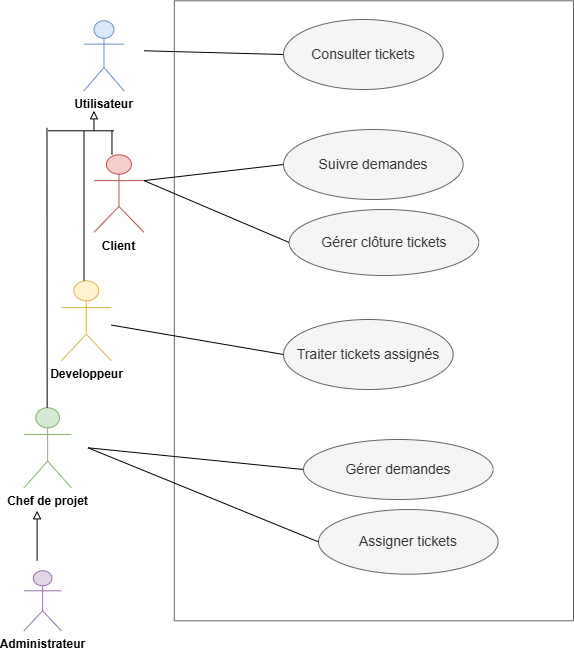
The draw.io diagram Images/diagramme cas utilisation sprint3.png in rihab-dev/Rapport-PFE, before a commit. Source tidied: cells renumbered, new cells last; positions are measured from the earlier drawing's top-left corner, leaving out a move shared by most shapes. Source of this version:
```xml
<mxGraphModel>
  <root>
    <mxCell id="0" />
    <mxCell id="1" parent="0" />
    <mxCell id="2" style="swimlane;startSize=0;fillColor=#f5f5f5;strokeColor=#666666;fontColor=#333333;swimlaneFillColor=none;swimlaneLine=1;" parent="1" vertex="1">
      <mxGeometry x="150.8" y="0.3" width="399.2" height="620" as="geometry" />
    </mxCell>
    <mxCell id="3" value="&lt;font style=&quot;font-size: 14px;&quot;&gt;Traiter tickets assignés&lt;/font&gt;" style="ellipse;whiteSpace=wrap;html=1;fillColor=#f5f5f5;fontColor=#333333;strokeColor=#666666;" parent="2" vertex="1">
      <mxGeometry x="109.2" y="318.7" width="169.7" height="70" as="geometry" />
    </mxCell>
    <mxCell id="4" value="&lt;font style=&quot;font-size: 14px;&quot;&gt;Suivre demandes&lt;/font&gt;" style="ellipse;whiteSpace=wrap;html=1;fillColor=#f5f5f5;fontColor=#333333;strokeColor=#666666;" parent="2" vertex="1">
      <mxGeometry x="109.2" y="128.7" width="179.7" height="70" as="geometry" />
    </mxCell>
    <mxCell id="5" value="&lt;font style=&quot;font-size: 14px;&quot;&gt;Consulter tickets&lt;/font&gt;" style="ellipse;whiteSpace=wrap;html=1;fillColor=#f5f5f5;fontColor=#333333;strokeColor=#666666;" parent="2" vertex="1">
      <mxGeometry x="109.2" y="18.7" width="159.7" height="70" as="geometry" />
    </mxCell>
    <mxCell id="6" value="&lt;font style=&quot;font-size: 14px;&quot;&gt;Gérer clôture tickets&lt;/font&gt;" style="ellipse;whiteSpace=wrap;html=1;fillColor=#f5f5f5;fontColor=#333333;strokeColor=#666666;" parent="2" vertex="1">
      <mxGeometry x="114.8" y="208.7" width="189.7" height="66" as="geometry" />
    </mxCell>
    <mxCell id="7" value="&lt;font style=&quot;font-size: 14px;&quot;&gt;Gérer demandes&lt;/font&gt;" style="ellipse;whiteSpace=wrap;html=1;fillColor=#f5f5f5;fontColor=#333333;strokeColor=#666666;" parent="2" vertex="1">
      <mxGeometry x="129.2" y="438.7" width="189.7" height="60" as="geometry" />
    </mxCell>
    <mxCell id="8" style="endArrow=none;html=1;rounded=0;entryX=0;entryY=0.5;entryDx=0;entryDy=0;endFill=0;" parent="2" edge="1" target="7">
      <mxGeometry relative="1" as="geometry">
        <mxPoint x="-86.3" y="447" as="sourcePoint" />
      </mxGeometry>
    </mxCell>
    <mxCell id="9" value="&lt;font style=&quot;font-size: 14px;&quot;&gt;Assigner tickets&lt;/font&gt;" style="ellipse;whiteSpace=wrap;html=1;fillColor=#f5f5f5;fontColor=#333333;strokeColor=#666666;" parent="2" vertex="1">
      <mxGeometry x="144.2" y="508.7" width="179.7" height="64.7" as="geometry" />
    </mxCell>
    <mxCell id="10" style="endArrow=none;html=1;rounded=0;entryX=0;entryY=0.5;entryDx=0;entryDy=0;endFill=0;" parent="2" edge="1" target="9">
      <mxGeometry relative="1" as="geometry">
        <mxPoint x="-86.3" y="447" as="sourcePoint" />
      </mxGeometry>
    </mxCell>
    <mxCell id="11" value="&lt;font style=&quot;font-size: 12px;&quot;&gt;&lt;b style=&quot;&quot;&gt;Developpeur&lt;/b&gt;&lt;/font&gt;" style="shape=umlActor;verticalLabelPosition=bottom;verticalAlign=top;html=1;outlineConnect=0;fillColor=#fff2cc;strokeColor=#d6b656;" parent="1" vertex="1">
      <mxGeometry x="37.8" y="280.3" width="50" height="80" as="geometry" />
    </mxCell>
    <mxCell id="12" value="&lt;font style=&quot;font-size: 12px;&quot;&gt;&lt;b style=&quot;&quot;&gt;Client&lt;/b&gt;&lt;/font&gt;" style="shape=umlActor;verticalLabelPosition=bottom;verticalAlign=top;html=1;outlineConnect=0;fillColor=#f8cecc;strokeColor=#b85450;" parent="1" vertex="1">
      <mxGeometry x="70.5" y="154.3" width="50" height="77.5" as="geometry" />
    </mxCell>
    <mxCell id="13" style="endArrow=none;html=1;rounded=0;entryX=0;entryY=0.5;entryDx=0;entryDy=0;endFill=0;" parent="1" edge="1" target="5">
      <mxGeometry relative="1" as="geometry">
        <mxPoint x="120.5" y="50.3" as="sourcePoint" />
      </mxGeometry>
    </mxCell>
    <mxCell id="14" style="endArrow=none;html=1;rounded=0;endFill=0;exitX=1;exitY=0.3333333333333333;exitDx=0;exitDy=0;exitPerimeter=0;entryX=0;entryY=0.5;entryDx=0;entryDy=0;" parent="1" edge="1" source="12" target="4">
      <mxGeometry relative="1" as="geometry" />
    </mxCell>
    <mxCell id="15" value="&lt;font style=&quot;font-size: 12px;&quot;&gt;&lt;b style=&quot;&quot;&gt;Utilisateur&lt;/b&gt;&lt;/font&gt;" style="shape=umlActor;verticalLabelPosition=bottom;verticalAlign=top;html=1;fillColor=#dae8fc;strokeColor=#6c8ebf;" parent="1" vertex="1">
      <mxGeometry x="60.5" y="20.3" width="40" height="70" as="geometry" />
    </mxCell>
    <mxCell id="16" style="endArrow=none;html=1;rounded=0;endFill=0;entryX=0;entryY=0.5;entryDx=0;entryDy=0;exitX=1;exitY=0.3333333333333333;exitDx=0;exitDy=0;exitPerimeter=0;" parent="1" edge="1" source="12" target="6">
      <mxGeometry relative="1" as="geometry" />
    </mxCell>
    <mxCell id="17" value="&lt;font style=&quot;font-size: 12px;&quot;&gt;&lt;b style=&quot;&quot;&gt;Chef de projet&lt;/b&gt;&lt;/font&gt;" style="shape=umlActor;verticalLabelPosition=bottom;verticalAlign=top;html=1;fillColor=#d5e8d4;strokeColor=#82b366;" parent="1" vertex="1">
      <mxGeometry x="0.5" y="407.3" width="47.3" height="80" as="geometry" />
    </mxCell>
    <mxCell id="18" style="endArrow=none;html=1;rounded=0;entryX=0;entryY=0.5;entryDx=0;entryDy=0;endFill=0;" parent="1" edge="1" source="11" target="3">
      <mxGeometry relative="1" as="geometry" />
    </mxCell>
    <mxCell id="19" value="&lt;font style=&quot;font-size: 12px;&quot;&gt;&lt;b style=&quot;&quot;&gt;Administrateur&lt;/b&gt;&lt;/font&gt;" style="shape=umlActor;verticalLabelPosition=bottom;verticalAlign=top;html=1;fillColor=#e1d5e7;strokeColor=#9673a6;" parent="1" vertex="1">
      <mxGeometry x="0.5" y="570.3" width="37.3" height="60" as="geometry" />
    </mxCell>
    <mxCell id="20" style="endArrow=block;html=1;rounded=0;endFill=0;" parent="1" edge="1">
      <mxGeometry relative="1" as="geometry">
        <mxPoint x="13.6" y="560.3" as="sourcePoint" />
        <mxPoint x="13.6" y="510.3" as="targetPoint" />
      </mxGeometry>
    </mxCell>
    <mxCell id="21" style="endArrow=block;html=1;rounded=0;endFill=0;" parent="1" edge="1">
      <mxGeometry relative="1" as="geometry">
        <mxPoint x="70.5" y="130.3" as="sourcePoint" />
        <mxPoint x="70.5" y="110.3" as="targetPoint" />
      </mxGeometry>
    </mxCell>
    <mxCell id="22" style="endArrow=none;html=1;rounded=0;" parent="1" edge="1">
      <mxGeometry relative="1" as="geometry">
        <mxPoint x="24.5" y="130.3" as="sourcePoint" />
        <mxPoint x="90.5" y="130.3" as="targetPoint" />
      </mxGeometry>
    </mxCell>
    <mxCell id="23" style="endArrow=none;html=1;rounded=0;" parent="1" edge="1">
      <mxGeometry relative="1" as="geometry">
        <mxPoint x="88.5" y="130.3" as="sourcePoint" />
        <mxPoint x="88.5" y="154.3" as="targetPoint" />
      </mxGeometry>
    </mxCell>
    <mxCell id="24" style="endArrow=none;html=1;rounded=0;" parent="1" edge="1">
      <mxGeometry relative="1" as="geometry">
        <mxPoint x="23.5" y="127.3" as="sourcePoint" />
        <mxPoint x="23.6" y="407.3" as="targetPoint" />
      </mxGeometry>
    </mxCell>
    <mxCell id="25" style="endArrow=none;html=1;rounded=0;" parent="1" edge="1">
      <mxGeometry relative="1" as="geometry">
        <mxPoint x="60.5" y="130.3" as="sourcePoint" />
        <mxPoint x="60.5" y="280.3" as="targetPoint" />
      </mxGeometry>
    </mxCell>
  </root>
</mxGraphModel>
```
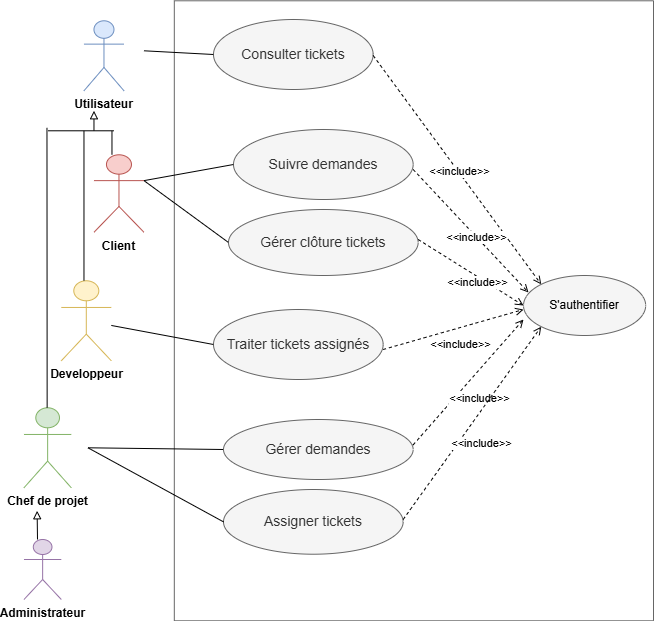
The same file after the commit.

Change to the diagram source:
```diff
@@ -2,48 +2,113 @@
   <root>
     <mxCell id="0" />
     <mxCell id="1" parent="0" />
-    <mxCell id="2" style="swimlane;startSize=0;fillColor=#f5f5f5;strokeColor=#666666;fontColor=#333333;swimlaneFillColor=none;swimlaneLine=1;" parent="1" vertex="1">
-      <mxGeometry x="150.8" y="0.3" width="399.2" height="620" as="geometry" />
-    </mxCell>
+    <mxCell id="26" style="swimlane;startSize=0;fillColor=#f5f5f5;strokeColor=#666666;fontColor=#333333;swimlaneFillColor=none;swimlaneLine=1;" parent="1" vertex="1">
+      <mxGeometry x="150.8" y="0.3" width="479.2" height="620" as="geometry" />
+    </mxCell>
-    <mxCell id="3" value="&lt;font style=&quot;font-size: 14px;&quot;&gt;Traiter tickets assignés&lt;/font&gt;" style="ellipse;whiteSpace=wrap;html=1;fillColor=#f5f5f5;fontColor=#333333;strokeColor=#666666;" parent="2" vertex="1">
-      <mxGeometry x="109.2" y="318.7" width="169.7" height="70" as="geometry" />
+    <mxCell id="3" value="&lt;font style=&quot;font-size: 14px;&quot;&gt;Traiter tickets assignés&lt;/font&gt;" style="ellipse;whiteSpace=wrap;html=1;fillColor=#f5f5f5;fontColor=#333333;strokeColor=#666666;" parent="26" vertex="1">
+      <mxGeometry x="39.2" y="308.7" width="169.7" height="70" as="geometry" />
     </mxCell>
-    <mxCell id="4" value="&lt;font style=&quot;font-size: 14px;&quot;&gt;Suivre demandes&lt;/font&gt;" style="ellipse;whiteSpace=wrap;html=1;fillColor=#f5f5f5;fontColor=#333333;strokeColor=#666666;" parent="2" vertex="1">
-      <mxGeometry x="109.2" y="128.7" width="179.7" height="70" as="geometry" />
+    <mxCell id="4" value="&lt;font style=&quot;font-size: 14px;&quot;&gt;Suivre demandes&lt;/font&gt;" style="ellipse;whiteSpace=wrap;html=1;fillColor=#f5f5f5;fontColor=#333333;strokeColor=#666666;" parent="26" vertex="1">
+      <mxGeometry x="59.2" y="128.7" width="179.7" height="70" as="geometry" />
     </mxCell>
-    <mxCell id="5" value="&lt;font style=&quot;font-size: 14px;&quot;&gt;Consulter tickets&lt;/font&gt;" style="ellipse;whiteSpace=wrap;html=1;fillColor=#f5f5f5;fontColor=#333333;strokeColor=#666666;" parent="2" vertex="1">
-      <mxGeometry x="109.2" y="18.7" width="159.7" height="70" as="geometry" />
+    <mxCell id="5" value="&lt;font style=&quot;font-size: 14px;&quot;&gt;Consulter tickets&lt;/font&gt;" style="ellipse;whiteSpace=wrap;html=1;fillColor=#f5f5f5;fontColor=#333333;strokeColor=#666666;" parent="26" vertex="1">
+      <mxGeometry x="39.2" y="18.7" width="159.7" height="70" as="geometry" />
     </mxCell>
-    <mxCell id="6" value="&lt;font style=&quot;font-size: 14px;&quot;&gt;Gérer clôture tickets&lt;/font&gt;" style="ellipse;whiteSpace=wrap;html=1;fillColor=#f5f5f5;fontColor=#333333;strokeColor=#666666;" parent="2" vertex="1">
-      <mxGeometry x="114.8" y="208.7" width="189.7" height="66" as="geometry" />
+    <mxCell id="6" value="&lt;font style=&quot;font-size: 14px;&quot;&gt;Gérer clôture tickets&lt;/font&gt;" style="ellipse;whiteSpace=wrap;html=1;fillColor=#f5f5f5;fontColor=#333333;strokeColor=#666666;" parent="26" vertex="1">
+      <mxGeometry x="54.2" y="208.7" width="189.7" height="66" as="geometry" />
     </mxCell>
-    <mxCell id="7" value="&lt;font style=&quot;font-size: 14px;&quot;&gt;Gérer demandes&lt;/font&gt;" style="ellipse;whiteSpace=wrap;html=1;fillColor=#f5f5f5;fontColor=#333333;strokeColor=#666666;" parent="2" vertex="1">
-      <mxGeometry x="129.2" y="438.7" width="189.7" height="60" as="geometry" />
+    <mxCell id="7" value="&lt;font style=&quot;font-size: 14px;&quot;&gt;Gérer demandes&lt;/font&gt;" style="ellipse;whiteSpace=wrap;html=1;fillColor=#f5f5f5;fontColor=#333333;strokeColor=#666666;" parent="26" vertex="1">
+      <mxGeometry x="49.2" y="418.7" width="189.7" height="60" as="geometry" />
     </mxCell>
-    <mxCell id="8" style="endArrow=none;html=1;rounded=0;entryX=0;entryY=0.5;entryDx=0;entryDy=0;endFill=0;" parent="2" edge="1" target="7">
-      <mxGeometry relative="1" as="geometry">
-        <mxPoint x="-86.3" y="447" as="sourcePoint" />
-      </mxGeometry>
-    </mxCell>
+    <mxCell id="27" style="endArrow=none;html=1;rounded=0;entryX=0;entryY=0.5;entryDx=0;entryDy=0;endFill=0;" parent="26" edge="1" target="7">
+      <mxGeometry relative="1" as="geometry">
+        <mxPoint x="-86.3" y="447" as="sourcePoint" />
+      </mxGeometry>
+    </mxCell>
-    <mxCell id="9" value="&lt;font style=&quot;font-size: 14px;&quot;&gt;Assigner tickets&lt;/font&gt;" style="ellipse;whiteSpace=wrap;html=1;fillColor=#f5f5f5;fontColor=#333333;strokeColor=#666666;" parent="2" vertex="1">
-      <mxGeometry x="144.2" y="508.7" width="179.7" height="64.7" as="geometry" />
+    <mxCell id="9" value="&lt;font style=&quot;font-size: 14px;&quot;&gt;Assigner tickets&lt;/font&gt;" style="ellipse;whiteSpace=wrap;html=1;fillColor=#f5f5f5;fontColor=#333333;strokeColor=#666666;" parent="26" vertex="1">
+      <mxGeometry x="49.2" y="488.7" width="179.7" height="64.7" as="geometry" />
     </mxCell>
-    <mxCell id="10" style="endArrow=none;html=1;rounded=0;entryX=0;entryY=0.5;entryDx=0;entryDy=0;endFill=0;" parent="2" edge="1" target="9">
-      <mxGeometry relative="1" as="geometry">
-        <mxPoint x="-86.3" y="447" as="sourcePoint" />
-      </mxGeometry>
-    </mxCell>
+    <mxCell id="28" style="endArrow=none;html=1;rounded=0;entryX=0;entryY=0.5;entryDx=0;entryDy=0;endFill=0;" parent="26" edge="1" target="9">
+      <mxGeometry relative="1" as="geometry">
+        <mxPoint x="-86.3" y="447" as="sourcePoint" />
+      </mxGeometry>
+    </mxCell>
+    <mxCell id="29" value="&lt;span style=&quot;--tw-border-spacing-x: 0; --tw-border-spacing-y: 0; --tw-translate-x: 0; --tw-translate-y: 0; --tw-rotate: 0; --tw-skew-x: 0; --tw-skew-y: 0; --tw-scale-x: 1; --tw-scale-y: 1; --tw-pan-x: ; --tw-pan-y: ; --tw-pinch-zoom: ; --tw-scroll-snap-strictness: proximity; --tw-gradient-from-position: ; --tw-gradient-via-position: ; --tw-gradient-to-position: ; --tw-ordinal: ; --tw-slashed-zero: ; --tw-numeric-figure: ; --tw-numeric-spacing: ; --tw-numeric-fraction: ; --tw-ring-inset: ; --tw-ring-offset-width: 0px; --tw-ring-offset-color: light-dark(#fff, #000000); --tw-ring-color: rgb(67 128 180 / .5); --tw-ring-offset-shadow: 0 0 #0000; --tw-ring-shadow: 0 0 #0000; --tw-shadow: 0 0 #0000; --tw-shadow-colored: 0 0 #0000; --tw-blur: ; --tw-brightness: ; --tw-contrast: ; --tw-grayscale: ; --tw-hue-rotate: ; --tw-invert: ; --tw-saturate: ; --tw-sepia: ; --tw-drop-shadow: ; --tw-backdrop-blur: ; --tw-backdrop-brightness: ; --tw-backdrop-contrast: ; --tw-backdrop-grayscale: ; --tw-backdrop-hue-rotate: ; --tw-backdrop-invert: ; --tw-backdrop-opacity: ; --tw-backdrop-saturate: ; --tw-backdrop-sepia: ; --tw-contain-size: ; --tw-contain-layout: ; --tw-contain-paint: ; --tw-contain-style: ; box-sizing: border-box; border-width: 0px; border-style: solid; border-color: rgb(229, 231, 235); text-align: start; background-color: rgb(245, 245, 245);&quot;&gt;&lt;font style=&quot;&quot; face=&quot;Helvetica&quot;&gt;S'authentifier&lt;/font&gt;&lt;/span&gt;" style="ellipse;whiteSpace=wrap;html=1;fillColor=#f5f5f5;fontColor=#000000;strokeColor=#666666;" parent="26" vertex="1">
+      <mxGeometry x="349.2" y="274.7" width="122.2" height="60" as="geometry" />
+    </mxCell>
+    <mxCell id="30" style="endArrow=open;html=1;rounded=0;exitX=1;exitY=0.5;exitDx=0;exitDy=0;endFill=0;dashed=1;entryX=0;entryY=0;entryDx=0;entryDy=0;" parent="26" edge="1" target="29">
+      <mxGeometry relative="1" as="geometry">
+        <mxPoint x="198.8" y="54.7" as="sourcePoint" />
+      </mxGeometry>
+    </mxCell>
+    <mxCell id="31" value="&amp;lt;&amp;lt;include&amp;gt;&amp;gt;" style="edgeLabel;html=1;align=center;verticalAlign=middle;" parent="30" vertex="1">
+      <mxGeometry x="-0.09" y="-3" relative="1" as="geometry">
+        <mxPoint x="12" y="9" as="offset" />
+      </mxGeometry>
+    </mxCell>
+    <mxCell id="32" style="endArrow=open;html=1;rounded=0;exitX=1;exitY=0.5;exitDx=0;exitDy=0;endFill=0;dashed=1;entryX=0.041;entryY=0.283;entryDx=0;entryDy=0;entryPerimeter=0;" parent="26" edge="1" target="29">
+      <mxGeometry relative="1" as="geometry">
+        <mxPoint x="238.8" y="168.7" as="sourcePoint" />
+      </mxGeometry>
+    </mxCell>
+    <mxCell id="33" value="&amp;lt;&amp;lt;include&amp;gt;&amp;gt;" style="edgeLabel;html=1;align=center;verticalAlign=middle;" parent="32" vertex="1">
+      <mxGeometry x="-0.09" y="-3" relative="1" as="geometry">
+        <mxPoint x="12" y="9" as="offset" />
+      </mxGeometry>
+    </mxCell>
+    <mxCell id="34" style="endArrow=open;html=1;rounded=0;exitX=1;exitY=0.5;exitDx=0;exitDy=0;endFill=0;dashed=1;entryX=0;entryY=0.5;entryDx=0;entryDy=0;" parent="26" edge="1" target="29">
+      <mxGeometry relative="1" as="geometry">
+        <mxPoint x="243.8" y="238.7" as="sourcePoint" />
+      </mxGeometry>
+    </mxCell>
+    <mxCell id="35" value="&amp;lt;&amp;lt;include&amp;gt;&amp;gt;" style="edgeLabel;html=1;align=center;verticalAlign=middle;" parent="34" vertex="1">
+      <mxGeometry x="-0.09" y="-3" relative="1" as="geometry">
+        <mxPoint x="12" y="9" as="offset" />
+      </mxGeometry>
+    </mxCell>
+    <mxCell id="36" style="endArrow=open;html=1;rounded=0;exitX=1;exitY=0.5;exitDx=0;exitDy=0;endFill=0;dashed=1;" parent="26" edge="1">
+      <mxGeometry relative="1" as="geometry">
+        <mxPoint x="208.8" y="348.7" as="sourcePoint" />
+        <mxPoint x="349.2" y="308.7" as="targetPoint" />
+      </mxGeometry>
+    </mxCell>
+    <mxCell id="37" value="&amp;lt;&amp;lt;include&amp;gt;&amp;gt;" style="edgeLabel;html=1;align=center;verticalAlign=middle;" parent="36" vertex="1">
+      <mxGeometry x="-0.09" y="-3" relative="1" as="geometry">
+        <mxPoint x="12" y="9" as="offset" />
+      </mxGeometry>
+    </mxCell>
+    <mxCell id="38" style="endArrow=open;html=1;rounded=0;exitX=1;exitY=0.5;exitDx=0;exitDy=0;endFill=0;dashed=1;" parent="26" edge="1">
+      <mxGeometry relative="1" as="geometry">
+        <mxPoint x="238.8" y="444.1" as="sourcePoint" />
+        <mxPoint x="349.2" y="318.7" as="targetPoint" />
+      </mxGeometry>
+    </mxCell>
+    <mxCell id="39" value="&amp;lt;&amp;lt;include&amp;gt;&amp;gt;" style="edgeLabel;html=1;align=center;verticalAlign=middle;" parent="38" vertex="1">
+      <mxGeometry x="-0.09" y="-3" relative="1" as="geometry">
+        <mxPoint x="12" y="9" as="offset" />
+      </mxGeometry>
+    </mxCell>
+    <mxCell id="40" style="endArrow=open;html=1;rounded=0;exitX=1;exitY=0.5;exitDx=0;exitDy=0;endFill=0;dashed=1;entryX=0;entryY=1;entryDx=0;entryDy=0;" parent="26" edge="1" target="29">
+      <mxGeometry relative="1" as="geometry">
+        <mxPoint x="228.8" y="518.7" as="sourcePoint" />
+      </mxGeometry>
+    </mxCell>
+    <mxCell id="41" value="&amp;lt;&amp;lt;include&amp;gt;&amp;gt;" style="edgeLabel;html=1;align=center;verticalAlign=middle;" parent="40" vertex="1">
+      <mxGeometry x="-0.09" y="-3" relative="1" as="geometry">
+        <mxPoint x="12" y="9" as="offset" />
+      </mxGeometry>
+    </mxCell>
     <mxCell id="11" value="&lt;font style=&quot;font-size: 12px;&quot;&gt;&lt;b style=&quot;&quot;&gt;Developpeur&lt;/b&gt;&lt;/font&gt;" style="shape=umlActor;verticalLabelPosition=bottom;verticalAlign=top;html=1;outlineConnect=0;fillColor=#fff2cc;strokeColor=#d6b656;" parent="1" vertex="1">
       <mxGeometry x="37.8" y="280.3" width="50" height="80" as="geometry" />
     </mxCell>
     <mxCell id="12" value="&lt;font style=&quot;font-size: 12px;&quot;&gt;&lt;b style=&quot;&quot;&gt;Client&lt;/b&gt;&lt;/font&gt;" style="shape=umlActor;verticalLabelPosition=bottom;verticalAlign=top;html=1;outlineConnect=0;fillColor=#f8cecc;strokeColor=#b85450;" parent="1" vertex="1">
       <mxGeometry x="70.5" y="154.3" width="50" height="77.5" as="geometry" />
     </mxCell>
-    <mxCell id="13" style="endArrow=none;html=1;rounded=0;entryX=0;entryY=0.5;entryDx=0;entryDy=0;endFill=0;" parent="1" edge="1" target="5">
-      <mxGeometry relative="1" as="geometry">
-        <mxPoint x="120.5" y="50.3" as="sourcePoint" />
-      </mxGeometry>
-    </mxCell>
+    <mxCell id="42" style="endArrow=none;html=1;rounded=0;entryX=0;entryY=0.5;entryDx=0;entryDy=0;endFill=0;" parent="1" edge="1" target="5">
+      <mxGeometry relative="1" as="geometry">
+        <mxPoint x="120.5" y="50.3" as="sourcePoint" />
+      </mxGeometry>
+    </mxCell>
     <mxCell id="14" style="endArrow=none;html=1;rounded=0;endFill=0;exitX=1;exitY=0.3333333333333333;exitDx=0;exitDy=0;exitPerimeter=0;entryX=0;entryY=0.5;entryDx=0;entryDy=0;" parent="1" edge="1" source="12" target="4">
       <mxGeometry relative="1" as="geometry" />
     </mxCell>
@@ -60,43 +125,43 @@
       <mxGeometry relative="1" as="geometry" />
     </mxCell>
     <mxCell id="19" value="&lt;font style=&quot;font-size: 12px;&quot;&gt;&lt;b style=&quot;&quot;&gt;Administrateur&lt;/b&gt;&lt;/font&gt;" style="shape=umlActor;verticalLabelPosition=bottom;verticalAlign=top;html=1;fillColor=#e1d5e7;strokeColor=#9673a6;" parent="1" vertex="1">
-      <mxGeometry x="0.5" y="570.3" width="37.3" height="60" as="geometry" />
+      <mxGeometry x="0.5" y="539" width="37.3" height="60" as="geometry" />
     </mxCell>
-    <mxCell id="20" style="endArrow=block;html=1;rounded=0;endFill=0;" parent="1" edge="1">
-      <mxGeometry relative="1" as="geometry">
-        <mxPoint x="13.6" y="560.3" as="sourcePoint" />
-        <mxPoint x="13.6" y="510.3" as="targetPoint" />
-      </mxGeometry>
-    </mxCell>
-    <mxCell id="21" style="endArrow=block;html=1;rounded=0;endFill=0;" parent="1" edge="1">
-      <mxGeometry relative="1" as="geometry">
-        <mxPoint x="70.5" y="130.3" as="sourcePoint" />
-        <mxPoint x="70.5" y="110.3" as="targetPoint" />
-      </mxGeometry>
-    </mxCell>
-    <mxCell id="22" style="endArrow=none;html=1;rounded=0;" parent="1" edge="1">
-      <mxGeometry relative="1" as="geometry">
-        <mxPoint x="24.5" y="130.3" as="sourcePoint" />
-        <mxPoint x="90.5" y="130.3" as="targetPoint" />
-      </mxGeometry>
-    </mxCell>
-    <mxCell id="23" style="endArrow=none;html=1;rounded=0;" parent="1" edge="1">
-      <mxGeometry relative="1" as="geometry">
-        <mxPoint x="88.5" y="130.3" as="sourcePoint" />
-        <mxPoint x="88.5" y="154.3" as="targetPoint" />
-      </mxGeometry>
-    </mxCell>
-    <mxCell id="24" style="endArrow=none;html=1;rounded=0;" parent="1" edge="1">
-      <mxGeometry relative="1" as="geometry">
-        <mxPoint x="23.5" y="127.3" as="sourcePoint" />
-        <mxPoint x="23.6" y="407.3" as="targetPoint" />
-      </mxGeometry>
-    </mxCell>
-    <mxCell id="25" style="endArrow=none;html=1;rounded=0;" parent="1" edge="1">
-      <mxGeometry relative="1" as="geometry">
-        <mxPoint x="60.5" y="130.3" as="sourcePoint" />
-        <mxPoint x="60.5" y="280.3" as="targetPoint" />
-      </mxGeometry>
-    </mxCell>
+    <mxCell id="43" style="endArrow=block;html=1;rounded=0;endFill=0;" parent="1" edge="1">
+      <mxGeometry relative="1" as="geometry">
+        <mxPoint x="14" y="539" as="sourcePoint" />
+        <mxPoint x="13.6" y="510.3" as="targetPoint" />
+      </mxGeometry>
+    </mxCell>
+    <mxCell id="44" style="endArrow=block;html=1;rounded=0;endFill=0;" parent="1" edge="1">
+      <mxGeometry relative="1" as="geometry">
+        <mxPoint x="70.5" y="130.3" as="sourcePoint" />
+        <mxPoint x="70.5" y="110.3" as="targetPoint" />
+      </mxGeometry>
+    </mxCell>
+    <mxCell id="45" style="endArrow=none;html=1;rounded=0;" parent="1" edge="1">
+      <mxGeometry relative="1" as="geometry">
+        <mxPoint x="24.5" y="130.3" as="sourcePoint" />
+        <mxPoint x="90.5" y="130.3" as="targetPoint" />
+      </mxGeometry>
+    </mxCell>
+    <mxCell id="46" style="endArrow=none;html=1;rounded=0;" parent="1" edge="1">
+      <mxGeometry relative="1" as="geometry">
+        <mxPoint x="88.5" y="130.3" as="sourcePoint" />
+        <mxPoint x="88.5" y="154.3" as="targetPoint" />
+      </mxGeometry>
+    </mxCell>
+    <mxCell id="47" style="endArrow=none;html=1;rounded=0;" parent="1" edge="1">
+      <mxGeometry relative="1" as="geometry">
+        <mxPoint x="23.5" y="127.3" as="sourcePoint" />
+        <mxPoint x="23.6" y="407.3" as="targetPoint" />
+      </mxGeometry>
+    </mxCell>
+    <mxCell id="48" style="endArrow=none;html=1;rounded=0;" parent="1" edge="1">
+      <mxGeometry relative="1" as="geometry">
+        <mxPoint x="60.5" y="130.3" as="sourcePoint" />
+        <mxPoint x="60.5" y="280.3" as="targetPoint" />
+      </mxGeometry>
+    </mxCell>
   </root>
 </mxGraphModel>
```
